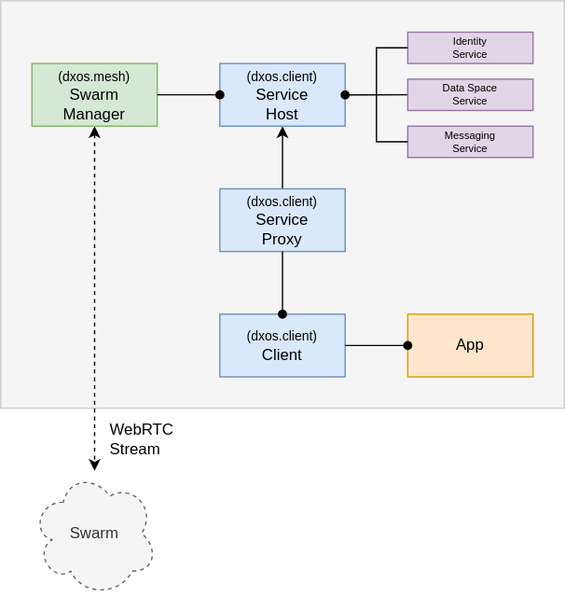
Earlier version of the draw.io export docs/docs/design/diagrams/client-services.drawio.svg (dxos/dxos). Source tidied: cells renumbered, new cells last; positions are measured from the earlier drawing's top-left corner, leaving out a move shared by most shapes.
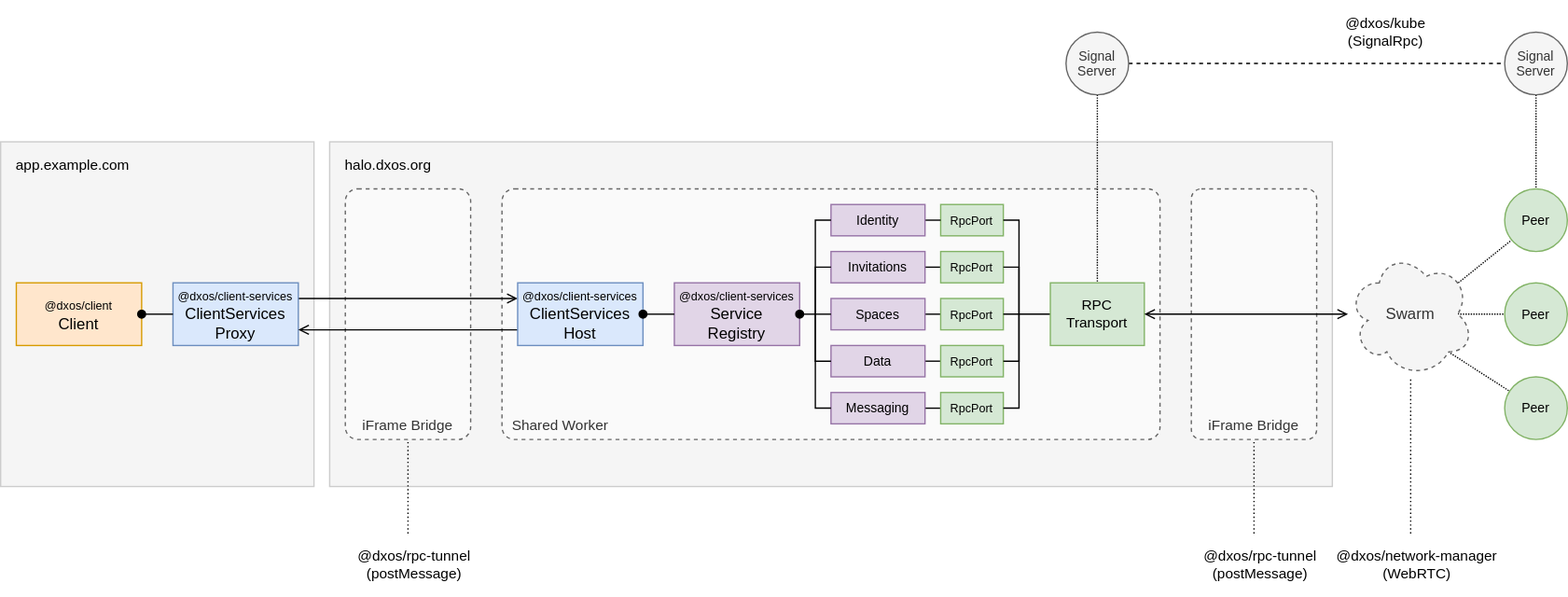
After the commit.

What changed in the source:
```diff
@@ -2,69 +2,203 @@
   <root>
     <mxCell id="0" />
     <mxCell id="1" parent="0" />
-    <mxCell id="2" style="rounded=0;whiteSpace=wrap;html=1;fillColor=#f5f5f5;fontColor=#333333;strokeColor=#CCCCCC;verticalAlign=top;spacingBottom=4;spacingTop=4;align=left;spacing=0;spacingRight=8;spacingLeft=8;" parent="1" vertex="1">
-      <mxGeometry width="432" height="312" as="geometry" />
-    </mxCell>
-    <mxCell id="3" style="edgeStyle=none;html=1;startArrow=classic;startFill=1;endArrow=classic;endFill=1;dashed=1;" parent="1" edge="1" source="13" target="7">
-      <mxGeometry relative="1" as="geometry" />
-    </mxCell>
-    <mxCell id="4" style="edgeStyle=none;html=1;exitX=0.5;exitY=0;exitDx=0;exitDy=0;entryX=0.5;entryY=1;entryDx=0;entryDy=0;startArrow=none;startFill=0;endArrow=classic;endFill=1;" parent="1" edge="1" source="5" target="6">
-      <mxGeometry relative="1" as="geometry" />
-    </mxCell>
-    <mxCell id="5" value="&lt;font style=&quot;font-size: 10px&quot;&gt;(dxos.client)&lt;br&gt;&lt;/font&gt;Service&lt;br&gt;Proxy" style="rounded=0;whiteSpace=wrap;html=1;fillColor=#dae8fc;strokeColor=#6c8ebf;" parent="1" vertex="1">
-      <mxGeometry x="168" y="144" width="96" height="48" as="geometry" />
-    </mxCell>
-    <mxCell id="6" value="&lt;font style=&quot;font-size: 10px&quot;&gt;(dxos.client)&lt;/font&gt;&lt;br&gt;Service&lt;br&gt;Host" style="rounded=0;whiteSpace=wrap;html=1;fillColor=#dae8fc;strokeColor=#6c8ebf;" parent="1" vertex="1">
-      <mxGeometry x="168" y="48" width="96" height="48" as="geometry" />
-    </mxCell>
+    <mxCell id="21" style="rounded=0;whiteSpace=wrap;html=1;fillColor=#f5f5f5;fontColor=#333333;strokeColor=#CCCCCC;verticalAlign=bottom;spacingBottom=4;spacingTop=4;align=center;spacing=0;spacingRight=8;spacingLeft=8;" parent="1" vertex="1">
+      <mxGeometry x="252" y="300" width="768" height="264" as="geometry" />
+    </mxCell>
+    <mxCell id="22" value="iFrame Bridge" style="rounded=1;whiteSpace=wrap;html=1;fillColor=#FAFAFA;fontColor=#333333;strokeColor=#666666;verticalAlign=bottom;spacingBottom=4;spacingTop=4;align=center;spacing=0;spacingRight=8;spacingLeft=8;dashed=1;fontSize=11;arcSize=8;" parent="1" vertex="1">
+      <mxGeometry x="912" y="336" width="96" height="192" as="geometry" />
+    </mxCell>
+    <mxCell id="23" value="iFrame Bridge" style="rounded=1;whiteSpace=wrap;html=1;fillColor=#FAFAFA;fontColor=#333333;strokeColor=#666666;verticalAlign=bottom;spacingBottom=4;spacingTop=4;align=center;spacing=0;spacingRight=8;spacingLeft=8;dashed=1;fontSize=11;arcSize=10;" parent="1" vertex="1">
+      <mxGeometry x="264" y="336" width="96" height="192" as="geometry" />
+    </mxCell>
+    <mxCell id="24" style="edgeStyle=none;html=1;fontSize=11;startArrow=none;startFill=0;endArrow=none;endFill=0;" parent="1" edge="1" source="25" target="61">
+      <mxGeometry relative="1" as="geometry" />
+    </mxCell>
+    <mxCell id="25" value="Shared Worker" style="rounded=1;whiteSpace=wrap;html=1;fillColor=#FAFAFA;fontColor=#333333;strokeColor=#666666;verticalAlign=bottom;spacingBottom=4;spacingTop=4;align=left;spacing=0;spacingRight=8;spacingLeft=8;dashed=1;fontSize=11;perimeterSpacing=0;arcSize=5;" parent="1" vertex="1">
+      <mxGeometry x="384" y="336" width="504" height="192" as="geometry" />
+    </mxCell>
+    <mxCell id="26" style="rounded=0;whiteSpace=wrap;html=1;fillColor=#f5f5f5;fontColor=#333333;strokeColor=#CCCCCC;verticalAlign=bottom;spacingBottom=4;spacingTop=4;align=left;spacing=0;spacingRight=8;spacingLeft=8;" parent="1" vertex="1">
+      <mxGeometry y="300" width="240" height="264" as="geometry" />
+    </mxCell>
+    <mxCell id="8" value="&lt;font style=&quot;font-size: 11px;&quot;&gt;@dxos/network-manager&lt;/font&gt;&lt;br style=&quot;font-size: 11px;&quot;&gt;(WebRTC)" style="rounded=0;whiteSpace=wrap;html=1;dashed=1;align=center;spacingLeft=10;strokeColor=none;fillColor=none;fontSize=11;" parent="1" vertex="1">
+      <mxGeometry x="1008" y="600" width="144" height="48" as="geometry" />
+    </mxCell>
+    <mxCell id="27" value="&lt;font style=&quot;font-size: 9px&quot;&gt;@dxos/client&lt;br&gt;&lt;/font&gt;Client" style="rounded=0;whiteSpace=wrap;html=1;fillColor=#ffe6cc;strokeColor=#d79b00;" parent="1" vertex="1">
+      <mxGeometry x="12" y="408" width="96" height="48" as="geometry" />
+    </mxCell>
+    <mxCell id="28" style="edgeStyle=none;html=1;exitX=1;exitY=0.25;exitDx=0;exitDy=0;entryX=0;entryY=0.25;entryDx=0;entryDy=0;fontSize=8;endArrow=open;endFill=0;" parent="1" edge="1" source="29" target="31">
+      <mxGeometry relative="1" as="geometry" />
+    </mxCell>
+    <mxCell id="29" value="&lt;font style=&quot;font-size: 9px&quot;&gt;@dxos/client-services&lt;br&gt;&lt;/font&gt;ClientServices&lt;br&gt;Proxy" style="rounded=0;whiteSpace=wrap;html=1;fillColor=#dae8fc;strokeColor=#6c8ebf;" parent="1" vertex="1">
+      <mxGeometry x="132" y="408" width="96" height="48" as="geometry" />
+    </mxCell>
+    <mxCell id="30" style="edgeStyle=none;html=1;exitX=0;exitY=0.75;exitDx=0;exitDy=0;entryX=1;entryY=0.75;entryDx=0;entryDy=0;fontSize=8;endArrow=open;endFill=0;" parent="1" edge="1" source="31" target="29">
+      <mxGeometry relative="1" as="geometry" />
+    </mxCell>
+    <mxCell id="31" value="&lt;font style=&quot;font-size: 9px&quot;&gt;@dxos/client-services&lt;br&gt;&lt;/font&gt;ClientServices&lt;br&gt;Host" style="rounded=0;whiteSpace=wrap;html=1;fillColor=#dae8fc;strokeColor=#6c8ebf;" parent="1" vertex="1">
+      <mxGeometry x="396" y="408" width="96" height="48" as="geometry" />
+    </mxCell>
+    <mxCell id="32" value="&lt;font style=&quot;font-size: 9px&quot;&gt;RpcPort&lt;/font&gt;" style="rounded=0;whiteSpace=wrap;html=1;fillColor=#d5e8d4;strokeColor=#82b366;" parent="1" vertex="1">
+      <mxGeometry x="720" y="348" width="48" height="24" as="geometry" />
+    </mxCell>
+    <mxCell id="33" value="&lt;font style=&quot;font-size: 9px&quot;&gt;@dxos/client-services&lt;br&gt;&lt;/font&gt;Service&lt;br&gt;Registry" style="rounded=0;whiteSpace=wrap;html=1;fillColor=#e1d5e7;strokeColor=#9673a6;" parent="1" vertex="1">
+      <mxGeometry x="516" y="408" width="96" height="48" as="geometry" />
+    </mxCell>
+    <mxCell id="34" style="edgeStyle=none;html=1;exitX=1;exitY=0.5;exitDx=0;exitDy=0;entryX=0;entryY=0.5;entryDx=0;entryDy=0;fontSize=8;startArrow=oval;startFill=1;endArrow=none;endFill=0;" parent="1" edge="1" source="27" target="29">
+      <mxGeometry relative="1" as="geometry" />
+    </mxCell>
+    <mxCell id="35" style="edgeStyle=none;html=1;exitX=1;exitY=0.5;exitDx=0;exitDy=0;entryX=0;entryY=0.5;entryDx=0;entryDy=0;fontSize=10;startArrow=none;startFill=0;endArrow=none;endFill=0;" parent="1" edge="1" source="36" target="32">
+      <mxGeometry relative="1" as="geometry" />
+    </mxCell>
+    <mxCell id="36" value="Identity" style="rounded=0;whiteSpace=wrap;html=1;fontSize=10;fillColor=#e1d5e7;strokeColor=#9673a6;" parent="1" vertex="1">
+      <mxGeometry x="636" y="348" width="72" height="24" as="geometry" />
+    </mxCell>
+    <mxCell id="37" style="edgeStyle=none;html=1;exitX=1;exitY=0.5;exitDx=0;exitDy=0;fontSize=10;startArrow=none;startFill=0;endArrow=none;endFill=0;" parent="1" edge="1" source="38" target="45">
+      <mxGeometry relative="1" as="geometry" />
+    </mxCell>
+    <mxCell id="38" value="Invitations" style="rounded=0;whiteSpace=wrap;html=1;fontSize=10;fillColor=#e1d5e7;strokeColor=#9673a6;" parent="1" vertex="1">
+      <mxGeometry x="636" y="384" width="72" height="24" as="geometry" />
+    </mxCell>
+    <mxCell id="39" style="edgeStyle=none;html=1;exitX=1;exitY=0.5;exitDx=0;exitDy=0;fontSize=10;startArrow=none;startFill=0;endArrow=none;endFill=0;" parent="1" edge="1" source="40" target="46">
+      <mxGeometry relative="1" as="geometry" />
+    </mxCell>
+    <mxCell id="40" value="Spaces" style="rounded=0;whiteSpace=wrap;html=1;fontSize=10;fillColor=#e1d5e7;strokeColor=#9673a6;" parent="1" vertex="1">
+      <mxGeometry x="636" y="420" width="72" height="24" as="geometry" />
+    </mxCell>
+    <mxCell id="41" style="edgeStyle=none;html=1;exitX=1;exitY=0.5;exitDx=0;exitDy=0;fontSize=8;startArrow=oval;startFill=1;endArrow=none;endFill=0;" parent="1" edge="1" source="31" target="33">
+      <mxGeometry relative="1" as="geometry" />
+    </mxCell>
+    <mxCell id="42" style="edgeStyle=none;html=1;exitX=0.875;exitY=0.5;exitDx=0;exitDy=0;exitPerimeter=0;fontSize=10;startArrow=none;startFill=0;endArrow=none;endFill=0;dashed=1;dashPattern=1 1;" parent="1" edge="1" source="7" target="65">
+      <mxGeometry relative="1" as="geometry" />
+    </mxCell>
+    <mxCell id="43" style="edgeStyle=none;html=1;exitX=0.8;exitY=0.8;exitDx=0;exitDy=0;exitPerimeter=0;dashed=1;fontSize=10;startArrow=none;startFill=0;endArrow=none;endFill=0;dashPattern=1 1;" parent="1" edge="1" source="7" target="67">
+      <mxGeometry relative="1" as="geometry" />
+    </mxCell>
+    <mxCell id="44" style="edgeStyle=none;html=1;exitX=0.88;exitY=0.25;exitDx=0;exitDy=0;exitPerimeter=0;dashed=1;dashPattern=1 1;fontSize=10;startArrow=none;startFill=0;endArrow=none;endFill=0;" parent="1" edge="1" source="7" target="66">
+      <mxGeometry relative="1" as="geometry" />
+    </mxCell>
     <mxCell id="7" value="Swarm" style="ellipse;shape=cloud;whiteSpace=wrap;html=1;dashed=1;fillColor=#f5f5f5;fontColor=#333333;strokeColor=#666666;" parent="1" vertex="1">
-      <mxGeometry x="24" y="360" width="96" height="96" as="geometry" />
+      <mxGeometry x="1032" y="384" width="96" height="96" as="geometry" />
     </mxCell>
-    <mxCell id="8" value="WebRTC&lt;br&gt;Stream" style="rounded=0;whiteSpace=wrap;html=1;dashed=1;align=left;spacingLeft=10;strokeColor=none;fillColor=none;" parent="1" vertex="1">
-      <mxGeometry x="72" y="312" width="96" height="48" as="geometry" />
-    </mxCell>
-    <mxCell id="9" value="&lt;font style=&quot;font-size: 10px&quot;&gt;(dxos.client)&lt;br&gt;&lt;/font&gt;Client" style="rounded=0;whiteSpace=wrap;html=1;fillColor=#dae8fc;strokeColor=#6c8ebf;" parent="1" vertex="1">
-      <mxGeometry x="168" y="240" width="96" height="48" as="geometry" />
-    </mxCell>
-    <mxCell id="10" value="App" style="rounded=0;whiteSpace=wrap;html=1;fillColor=#ffe6cc;strokeColor=#d79b00;" parent="1" vertex="1">
-      <mxGeometry x="312" y="240" width="96" height="48" as="geometry" />
-    </mxCell>
-    <mxCell id="11" style="edgeStyle=none;html=1;exitX=0.5;exitY=0;exitDx=0;exitDy=0;startArrow=oval;startFill=1;endArrow=none;endFill=0;" parent="1" edge="1" source="9" target="5">
-      <mxGeometry relative="1" as="geometry" />
-    </mxCell>
-    <mxCell id="12" style="edgeStyle=none;html=1;exitX=0;exitY=0.5;exitDx=0;exitDy=0;startArrow=oval;startFill=1;endArrow=none;endFill=0;" parent="1" edge="1" source="10" target="9">
-      <mxGeometry relative="1" as="geometry" />
-    </mxCell>
-    <mxCell id="13" value="&lt;font style=&quot;font-size: 10px&quot;&gt;(dxos.mesh)&lt;br&gt;&lt;/font&gt;Swarm&lt;br&gt;Manager" style="rounded=0;whiteSpace=wrap;html=1;fillColor=#d5e8d4;strokeColor=#82b366;" parent="1" vertex="1">
-      <mxGeometry x="24" y="48" width="96" height="48" as="geometry" />
-    </mxCell>
-    <mxCell id="14" style="edgeStyle=none;html=1;exitX=0;exitY=0.5;exitDx=0;exitDy=0;startArrow=oval;startFill=1;endArrow=none;endFill=0;" parent="1" edge="1" source="6" target="13">
-      <mxGeometry relative="1" as="geometry" />
-    </mxCell>
-    <mxCell id="15" style="group;" parent="1" vertex="1">
-      <mxGeometry x="264" y="24" width="144" height="96" as="geometry" />
-    </mxCell>
-    <mxCell id="16" value="Identity&lt;br style=&quot;font-size: 8px&quot;&gt;Service" style="rounded=0;whiteSpace=wrap;html=1;fontSize=8;fillColor=#e1d5e7;strokeColor=#9673a6;" parent="15" vertex="1">
-      <mxGeometry x="48" width="96" height="24" as="geometry" />
-    </mxCell>
-    <mxCell id="17" style="edgeStyle=none;rounded=0;html=1;exitX=0;exitY=0.5;exitDx=0;exitDy=0;startArrow=none;startFill=0;endArrow=oval;endFill=1;" parent="15" edge="1" source="18">
-      <mxGeometry relative="1" as="geometry">
-        <mxPoint y="48.1" as="targetPoint" />
-      </mxGeometry>
-    </mxCell>
-    <mxCell id="18" value="Data Space&lt;br style=&quot;font-size: 8px&quot;&gt;Service" style="rounded=0;whiteSpace=wrap;html=1;fontSize=8;fillColor=#e1d5e7;strokeColor=#9673a6;" parent="15" vertex="1">
-      <mxGeometry x="48" y="36" width="96" height="24" as="geometry" />
-    </mxCell>
-    <mxCell id="19" value="Messaging&lt;br style=&quot;font-size: 8px&quot;&gt;Service" style="rounded=0;whiteSpace=wrap;html=1;fontSize=8;fillColor=#e1d5e7;strokeColor=#9673a6;" parent="15" vertex="1">
-      <mxGeometry x="48" y="72" width="96" height="24" as="geometry" />
-    </mxCell>
-    <mxCell id="20" style="edgeStyle=none;html=1;exitX=0;exitY=0.5;exitDx=0;exitDy=0;entryX=0;entryY=0.5;entryDx=0;entryDy=0;startArrow=none;startFill=0;endArrow=none;endFill=0;rounded=0;" parent="15" edge="1" source="16" target="19">
-      <mxGeometry relative="1" as="geometry">
-        <Array as="points">
-          <mxPoint x="24" y="12" />
-          <mxPoint x="24" y="84" />
-        </Array>
-      </mxGeometry>
-    </mxCell>
+    <mxCell id="45" value="&lt;font style=&quot;font-size: 9px&quot;&gt;RpcPort&lt;/font&gt;" style="rounded=0;whiteSpace=wrap;html=1;fillColor=#d5e8d4;strokeColor=#82b366;" parent="1" vertex="1">
+      <mxGeometry x="720" y="384" width="48" height="24" as="geometry" />
+    </mxCell>
+    <mxCell id="46" value="&lt;font style=&quot;font-size: 9px&quot;&gt;RpcPort&lt;/font&gt;" style="rounded=0;whiteSpace=wrap;html=1;fillColor=#d5e8d4;strokeColor=#82b366;" parent="1" vertex="1">
+      <mxGeometry x="720" y="420" width="48" height="24" as="geometry" />
+    </mxCell>
+    <mxCell id="47" style="edgeStyle=none;html=1;exitX=1;exitY=0.5;exitDx=0;exitDy=0;fontSize=10;startArrow=none;startFill=0;endArrow=none;endFill=0;" parent="1" edge="1" source="48" target="52">
+      <mxGeometry relative="1" as="geometry" />
+    </mxCell>
+    <mxCell id="48" value="Messaging" style="rounded=0;whiteSpace=wrap;html=1;fontSize=10;fillColor=#e1d5e7;strokeColor=#9673a6;" parent="1" vertex="1">
+      <mxGeometry x="636" y="492" width="72" height="24" as="geometry" />
+    </mxCell>
+    <mxCell id="49" style="edgeStyle=none;html=1;exitX=1;exitY=0.5;exitDx=0;exitDy=0;fontSize=10;startArrow=none;startFill=0;endArrow=none;endFill=0;" parent="1" edge="1" source="50" target="51">
+      <mxGeometry relative="1" as="geometry" />
+    </mxCell>
+    <mxCell id="50" value="Data" style="rounded=0;whiteSpace=wrap;html=1;fontSize=10;fillColor=#e1d5e7;strokeColor=#9673a6;" parent="1" vertex="1">
+      <mxGeometry x="636" y="456" width="72" height="24" as="geometry" />
+    </mxCell>
+    <mxCell id="51" value="&lt;font style=&quot;font-size: 9px&quot;&gt;RpcPort&lt;/font&gt;" style="rounded=0;whiteSpace=wrap;html=1;fillColor=#d5e8d4;strokeColor=#82b366;" parent="1" vertex="1">
+      <mxGeometry x="720" y="456" width="48" height="24" as="geometry" />
+    </mxCell>
+    <mxCell id="52" value="&lt;font style=&quot;font-size: 9px&quot;&gt;RpcPort&lt;/font&gt;" style="rounded=0;whiteSpace=wrap;html=1;fillColor=#d5e8d4;strokeColor=#82b366;" parent="1" vertex="1">
+      <mxGeometry x="720" y="492" width="48" height="24" as="geometry" />
+    </mxCell>
+    <mxCell id="53" style="edgeStyle=none;html=1;exitX=1;exitY=0.5;exitDx=0;exitDy=0;fontSize=9;startArrow=oval;startFill=1;endArrow=none;endFill=0;" parent="1" edge="1" source="33" target="40">
+      <mxGeometry relative="1" as="geometry" />
+    </mxCell>
+    <mxCell id="54" style="edgeStyle=none;html=1;startArrow=none;startFill=0;endArrow=none;endFill=0;rounded=0;fontSize=10;" parent="1" edge="1" source="36" target="48">
+      <mxGeometry relative="1" as="geometry">
+        <Array as="points">
+          <mxPoint x="624" y="360" />
+          <mxPoint x="624" y="504" />
+        </Array>
+      </mxGeometry>
+    </mxCell>
+    <mxCell id="55" style="edgeStyle=none;html=1;startArrow=none;startFill=0;endArrow=none;endFill=0;rounded=0;exitX=0;exitY=0.5;exitDx=0;exitDy=0;entryX=0;entryY=0.5;entryDx=0;entryDy=0;fontSize=10;" parent="1" edge="1" source="38" target="50">
+      <mxGeometry relative="1" as="geometry">
+        <Array as="points">
+          <mxPoint x="624" y="396" />
+          <mxPoint x="624" y="468" />
+        </Array>
+      </mxGeometry>
+    </mxCell>
+    <mxCell id="56" value="&lt;font style=&quot;font-size: 11px;&quot;&gt;@dxos/rpc-tunnel&lt;br style=&quot;font-size: 11px;&quot;&gt;&lt;/font&gt;(postMessage)" style="rounded=0;whiteSpace=wrap;html=1;dashed=1;align=center;spacingLeft=10;strokeColor=none;fillColor=none;fontSize=11;" parent="1" vertex="1">
+      <mxGeometry x="252" y="600" width="120" height="48" as="geometry" />
+    </mxCell>
+    <mxCell id="57" style="edgeStyle=none;html=1;fontSize=10;startArrow=none;startFill=0;endArrow=none;endFill=0;" parent="1" edge="1" source="46" target="61">
+      <mxGeometry relative="1" as="geometry" />
+    </mxCell>
+    <mxCell id="58" style="edgeStyle=none;html=1;fontSize=8;endArrow=none;endFill=0;dashed=1;dashPattern=1 2;exitX=0.5;exitY=0;exitDx=0;exitDy=0;entryX=0.5;entryY=1;entryDx=0;entryDy=0;" parent="1" edge="1" source="56" target="23">
+      <mxGeometry relative="1" as="geometry" />
+    </mxCell>
+    <mxCell id="59" style="edgeStyle=none;html=1;startArrow=none;startFill=0;endArrow=none;endFill=0;rounded=0;" parent="1" edge="1">
+      <mxGeometry relative="1" as="geometry">
+        <mxPoint x="768" y="360" as="sourcePoint" />
+        <mxPoint x="768" y="504" as="targetPoint" />
+        <Array as="points">
+          <mxPoint x="780" y="360" />
+          <mxPoint x="780" y="504" />
+        </Array>
+      </mxGeometry>
+    </mxCell>
+    <mxCell id="60" style="edgeStyle=none;html=1;startArrow=none;startFill=0;endArrow=none;endFill=0;rounded=0;" parent="1" edge="1">
+      <mxGeometry relative="1" as="geometry">
+        <mxPoint x="768" y="396" as="sourcePoint" />
+        <mxPoint x="768" y="468" as="targetPoint" />
+        <Array as="points">
+          <mxPoint x="780" y="396" />
+          <mxPoint x="780" y="468" />
+        </Array>
+      </mxGeometry>
+    </mxCell>
+    <mxCell id="61" value="&lt;font style=&quot;font-size: 11px;&quot;&gt;RPC&lt;br style=&quot;font-size: 11px;&quot;&gt;Transport&lt;br style=&quot;font-size: 11px;&quot;&gt;&lt;/font&gt;" style="rounded=0;whiteSpace=wrap;html=1;fillColor=#d5e8d4;strokeColor=#82b366;fontSize=11;" parent="1" vertex="1">
+      <mxGeometry x="804" y="408" width="72" height="48" as="geometry" />
+    </mxCell>
+    <mxCell id="62" style="edgeStyle=none;html=1;fontSize=8;endArrow=none;endFill=0;dashed=1;dashPattern=1 2;exitX=0.5;exitY=0;exitDx=0;exitDy=0;" parent="1" edge="1" source="8" target="7">
+      <mxGeometry relative="1" as="geometry" />
+    </mxCell>
+    <mxCell id="63" value="&lt;font style=&quot;font-size: 11px;&quot;&gt;@dxos/rpc-tunnel&lt;br style=&quot;font-size: 11px;&quot;&gt;&lt;/font&gt;(postMessage)" style="rounded=0;whiteSpace=wrap;html=1;dashed=1;align=center;spacingLeft=10;strokeColor=none;fillColor=none;fontSize=11;" parent="1" vertex="1">
+      <mxGeometry x="900" y="600" width="120" height="48" as="geometry" />
+    </mxCell>
+    <mxCell id="64" style="edgeStyle=none;html=1;fontSize=8;endArrow=none;endFill=0;dashed=1;dashPattern=1 2;" parent="1" edge="1" source="63" target="22">
+      <mxGeometry relative="1" as="geometry" />
+    </mxCell>
+    <mxCell id="65" value="Peer" style="ellipse;whiteSpace=wrap;html=1;fontSize=10;fillColor=#d5e8d4;strokeColor=#82b366;" parent="1" vertex="1">
+      <mxGeometry x="1152" y="408" width="48" height="48" as="geometry" />
+    </mxCell>
+    <mxCell id="66" value="Peer" style="ellipse;whiteSpace=wrap;html=1;fontSize=10;fillColor=#d5e8d4;strokeColor=#82b366;" parent="1" vertex="1">
+      <mxGeometry x="1152" y="336" width="48" height="48" as="geometry" />
+    </mxCell>
+    <mxCell id="67" value="Peer" style="ellipse;whiteSpace=wrap;html=1;fontSize=10;fillColor=#d5e8d4;strokeColor=#82b366;" parent="1" vertex="1">
+      <mxGeometry x="1152" y="480" width="48" height="48" as="geometry" />
+    </mxCell>
+    <mxCell id="68" style="edgeStyle=none;html=1;exitX=0.5;exitY=1;exitDx=0;exitDy=0;dashed=1;dashPattern=1 1;fontSize=9;startArrow=none;startFill=0;endArrow=none;endFill=0;" parent="1" edge="1" source="70" target="61">
+      <mxGeometry relative="1" as="geometry" />
+    </mxCell>
+    <mxCell id="69" style="edgeStyle=none;html=1;exitX=1;exitY=0.5;exitDx=0;exitDy=0;dashed=1;fontSize=9;startArrow=none;startFill=0;endArrow=none;endFill=0;" parent="1" edge="1" source="70" target="72">
+      <mxGeometry relative="1" as="geometry" />
+    </mxCell>
+    <mxCell id="70" value="Signal&lt;br&gt;Server" style="ellipse;whiteSpace=wrap;html=1;fontSize=10;fillColor=#f5f5f5;strokeColor=#666666;fontColor=#333333;" parent="1" vertex="1">
+      <mxGeometry x="816" y="216" width="48" height="48" as="geometry" />
+    </mxCell>
+    <mxCell id="71" style="edgeStyle=none;html=1;exitX=0.5;exitY=1;exitDx=0;exitDy=0;dashed=1;dashPattern=1 1;fontSize=9;startArrow=none;startFill=0;endArrow=none;endFill=0;" parent="1" edge="1" source="72" target="66">
+      <mxGeometry relative="1" as="geometry" />
+    </mxCell>
+    <mxCell id="72" value="Signal&lt;br&gt;Server" style="ellipse;whiteSpace=wrap;html=1;fontSize=10;fillColor=#f5f5f5;strokeColor=#666666;fontColor=#333333;" parent="1" vertex="1">
+      <mxGeometry x="1152" y="216" width="48" height="48" as="geometry" />
+    </mxCell>
+    <mxCell id="73" value="&lt;font style=&quot;font-size: 11px;&quot;&gt;@dxos/kube&lt;/font&gt;&lt;br style=&quot;font-size: 11px;&quot;&gt;(SignalRpc)" style="rounded=0;whiteSpace=wrap;html=1;dashed=1;align=center;spacingLeft=10;strokeColor=none;fillColor=none;fontSize=11;" parent="1" vertex="1">
+      <mxGeometry x="996" y="192" width="120" height="48" as="geometry" />
+    </mxCell>
+    <mxCell id="74" value="app.example.com" style="rounded=0;whiteSpace=wrap;html=1;dashed=1;align=left;spacingLeft=10;strokeColor=none;fillColor=none;fontSize=11;" parent="1" vertex="1">
+      <mxGeometry y="300" width="120" height="36" as="geometry" />
+    </mxCell>
+    <mxCell id="75" value="halo.dxos.org" style="rounded=0;whiteSpace=wrap;html=1;dashed=1;align=left;spacingLeft=10;strokeColor=none;fillColor=none;fontSize=11;" parent="1" vertex="1">
+      <mxGeometry x="252" y="300" width="120" height="36" as="geometry" />
+    </mxCell>
+    <mxCell id="76" style="edgeStyle=none;html=1;fontSize=10;startArrow=open;startFill=0;endArrow=open;endFill=0;" parent="1" edge="1" source="61" target="7">
+      <mxGeometry relative="1" as="geometry" />
+    </mxCell>
   </root>
 </mxGraphModel>
```
